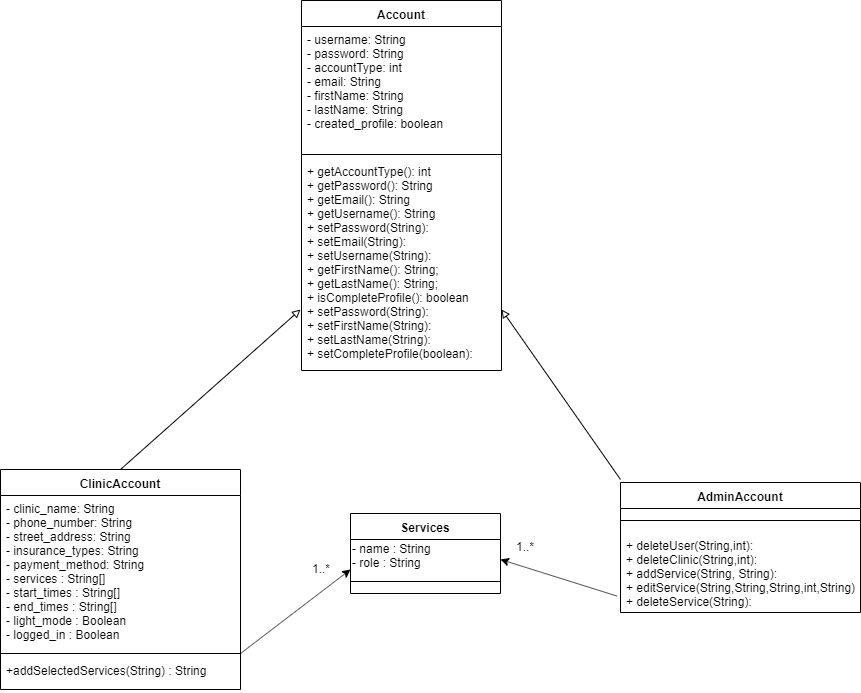
This is SEG UML.png from photonized/medex, a draw.io export, as it was before one commit. Source tidied: cells renumbered, new cells last; positions are measured from the earlier drawing's top-left corner, leaving out a move shared by most shapes.
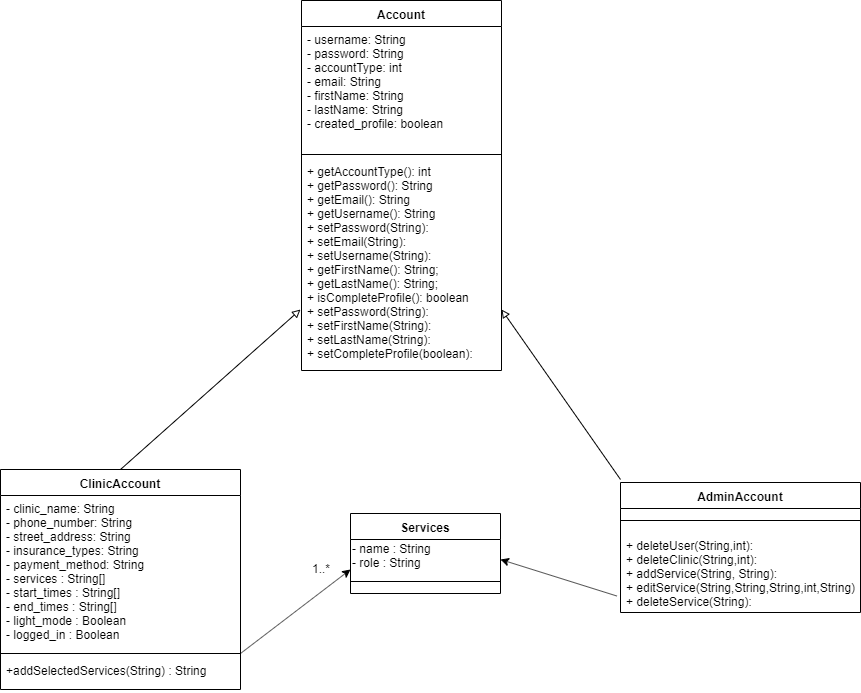
After the commit.

Diff of the diagram source:
```diff
@@ -68,8 +68,5 @@
         <mxPoint x="500" y="559" as="targetPoint" />
       </mxGeometry>
     </mxCell>
-    <mxCell id="21" value="1..*&lt;br&gt;" style="text;html=1;align=left;verticalAlign=top;spacingTop=-4;" parent="1" vertex="1">
-      <mxGeometry x="514" y="537" width="30" height="20" as="geometry" />
-    </mxCell>
   </root>
 </mxGraphModel>
```
